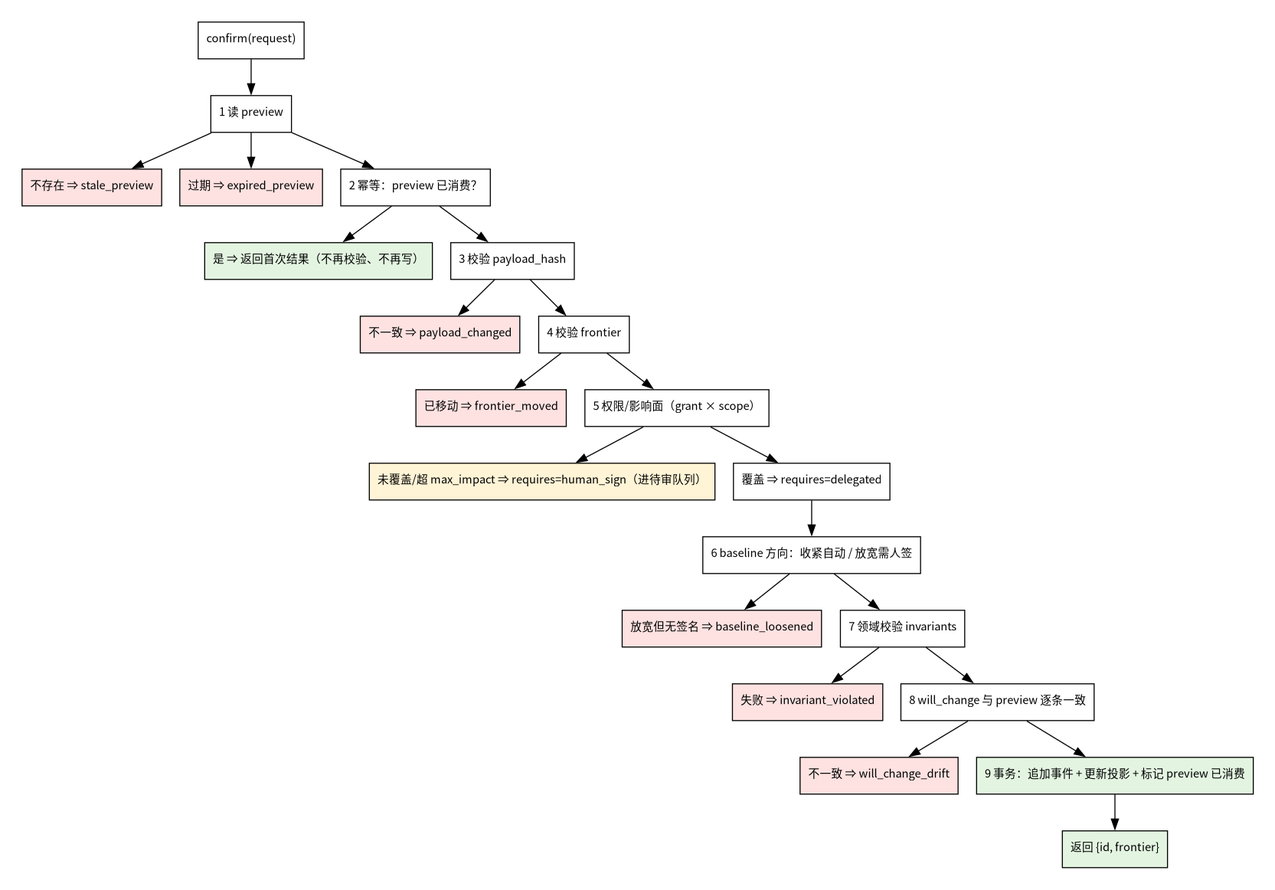
Before: design/diagrams/p3-two-phase-pad.png, a diagram exported from Graphviz (raitpor/dsh-software-dev-office). Its source is kept beside it as design/diagrams/p3-two-phase-pad.dot.
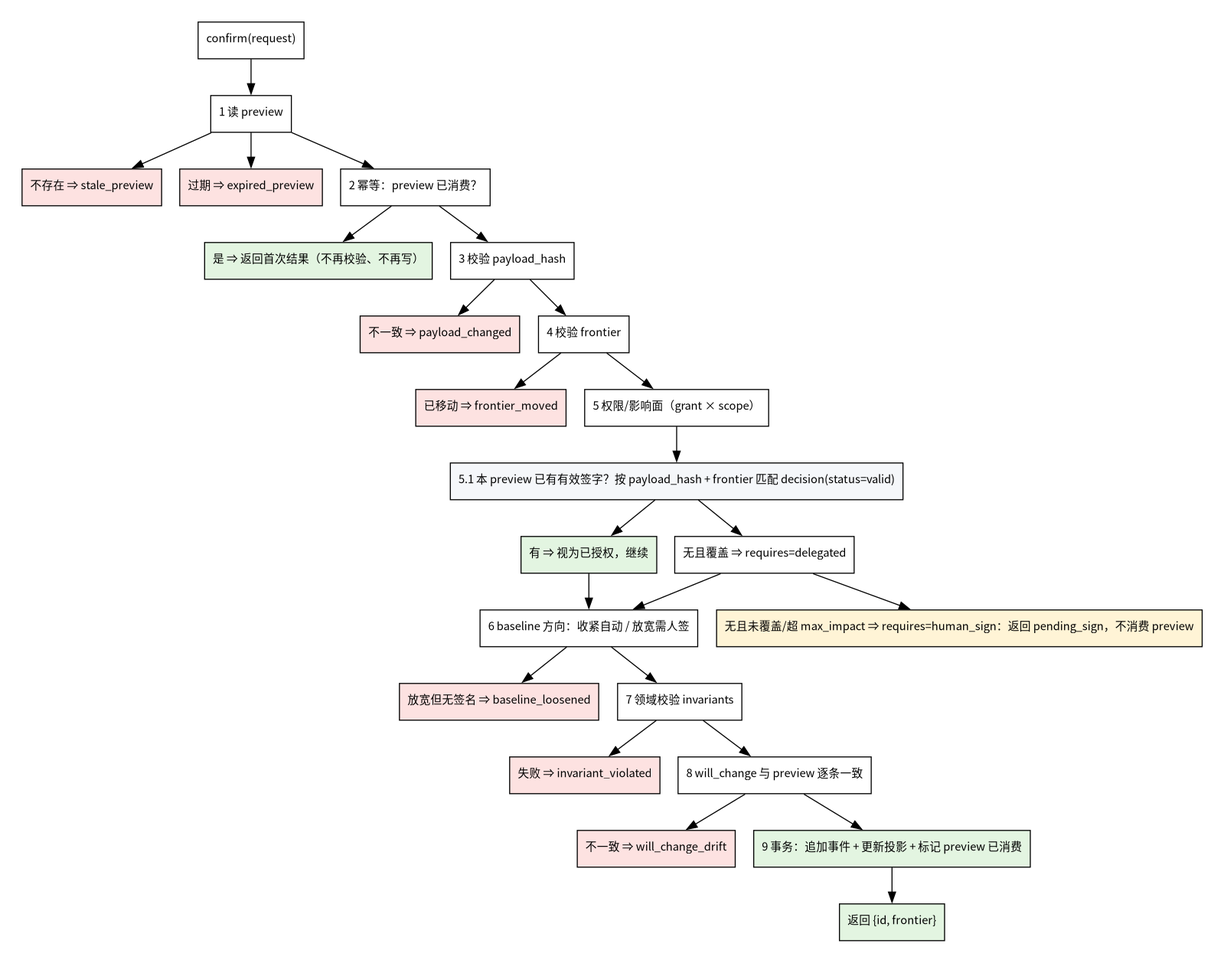
After the commit.

What changed in the source:
```diff
@@ -15,8 +15,10 @@
 s3 [shape=box, label="4 校验 frontier"];
 s3a [shape=box, style=filled, fillcolor="#fde2e1", label="已移动 ⇒ frontier_moved"];
 s3g [shape=box, label="5 权限/影响面（grant × scope）"];
-s3ga [shape=box, style=filled, fillcolor="#fff4d6", label="未覆盖/超 max_impact ⇒ requires=human_sign（进待审队列）"];
-s3gb [shape=box, label="覆盖 ⇒ requires=delegated"];
+s3h [shape=box, style=filled, fillcolor="#f5f7fa", label="5.1 本 preview 已有有效签字？按 payload_hash + frontier 匹配 decision(status=valid)"];
+s3ha [shape=box, style=filled, fillcolor="#e3f5e1", label="有 ⇒ 视为已授权，继续"];
+s3ga [shape=box, style=filled, fillcolor="#fff4d6", label="无且未覆盖/超 max_impact ⇒ requires=human_sign：返回 pending_sign，不消费 preview"];
+s3gb [shape=box, label="无且覆盖 ⇒ requires=delegated"];
 s35 [shape=box, label="6 baseline 方向：收紧自动 / 放宽需人签"];
 s35a [shape=box, style=filled, fillcolor="#fde2e1", label="放宽但无签名 ⇒ baseline_loosened"];
 s4 [shape=box, label="7 领域校验 invariants"];
@@ -30,7 +32,10 @@
 s52 -> s52a; s52 -> s2;
 s2 -> s2a; s2 -> s3;
 s3 -> s3a; s3 -> s3g;
-s3g -> s3ga; s3g -> s3gb; s3gb -> s35;
+s3g -> s3h;
+s3h -> s3ha; s3h -> s3gb;
+s3ha -> s35;
+s3gb -> s3ga; s3gb -> s35;
 s35 -> s35a; s35 -> s4;
 s4 -> s4a; s4 -> s51;
 s51 -> s51a; s51 -> s5;
```
